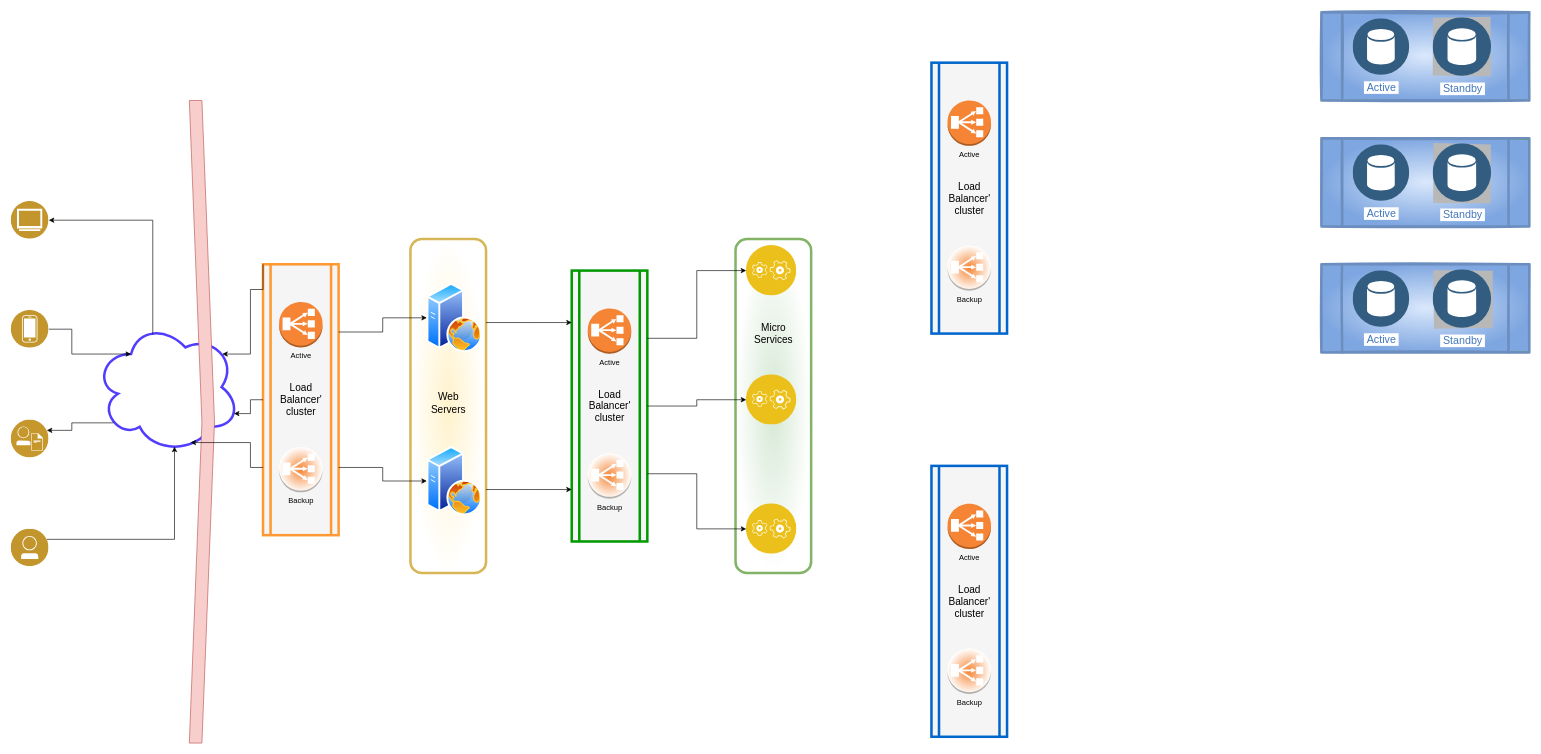
TheBigBadWolfClub/system-design keeps this draw.io diagram as page "fullstack" (1 of 2) of practice-microsrv-1.drawio. Above is the earlier version. Source tidied: cells renumbered, new cells numbered last; positions are measured from the earlier drawing's top-left corner, leaving out a move shared by most shapes. Both pictures are drawn from the tidied source at 63%, with x=0, y=0 at pixel (11, 12).
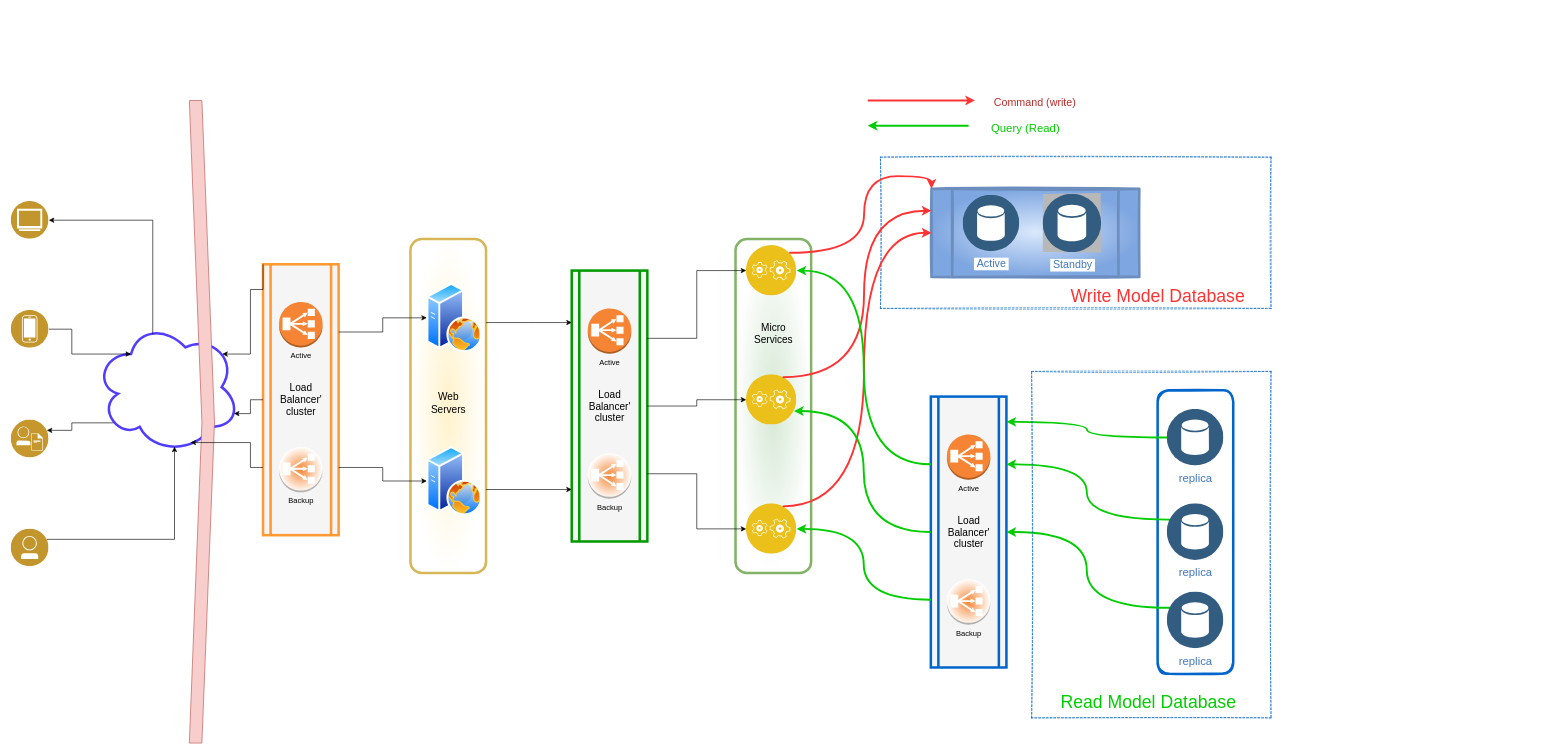
The same diagram, later.

Unchanged cells that the change refers to:
```xml
<mxCell id="19" style="perimeter=ellipsePerimeter;html=1;align=center;shadow=0;dashed=0;fontColor=#4277BB;labelBackgroundColor=#ffffff;fontSize=12;spacingTop=3;image;image=img/lib/ibm/applications/application_logic.svg;strokeColor=#513DFF;strokeWidth=4;fillColor=none;gradientColor=#ffffff;gradientDirection=radial;" parent="17" vertex="1">
  <mxGeometry x="17" y="10" width="80" height="80" as="geometry" />
</mxCell>
<mxCell id="20" style="perimeter=ellipsePerimeter;html=1;align=center;shadow=0;dashed=0;fontColor=#4277BB;labelBackgroundColor=#ffffff;fontSize=12;spacingTop=3;image;image=img/lib/ibm/applications/application_logic.svg;strokeColor=#513DFF;strokeWidth=4;fillColor=none;gradientColor=#ffffff;gradientDirection=radial;" parent="17" vertex="1">
  <mxGeometry x="17" y="215" width="80" height="80" as="geometry" />
</mxCell>
<mxCell id="21" style="perimeter=ellipsePerimeter;html=1;align=center;shadow=0;dashed=0;fontColor=#4277BB;labelBackgroundColor=#ffffff;fontSize=12;spacingTop=3;image;image=img/lib/ibm/applications/application_logic.svg;strokeColor=#513DFF;strokeWidth=4;fillColor=none;gradientColor=#ffffff;gradientDirection=radial;" parent="17" vertex="1">
  <mxGeometry x="17" y="420" width="80" height="80" as="geometry" />
</mxCell>
<mxCell id="45" style="shape=process;whiteSpace=wrap;html=1;backgroundOutline=1;fontSize=16;strokeColor=#0066CC;strokeWidth=4;fillColor=#f5f5f5;gradientDirection=radial;fontColor=#333333;" parent="44" vertex="1">
  <mxGeometry width="120" height="430" as="geometry" />
</mxCell>
```

The edit, as a diff of the source:
```diff
@@
+    <mxCell id="69" style="rounded=0;whiteSpace=wrap;html=1;sketch=1;fillStyle=solid;fontSize=18;fontColor=#00CC00;strokeColor=#0066CC;strokeWidth=1;fillColor=none;gradientColor=none;gradientDirection=radial;dashed=1;" parent="1" vertex="1">
+      <mxGeometry x="1380" y="230" width="620" height="240" as="geometry" />
+    </mxCell>
@@
+    <mxCell id="64" style="group;" parent="1" vertex="1">
+      <mxGeometry x="1461" y="280" width="330" height="140" as="geometry" />
+    </mxCell>
+    <mxCell id="65" style="group;fillColor=#60a917;strokeColor=#2D7600;fontColor=#ffffff;gradientColor=none;" parent="64" vertex="1">
+      <mxGeometry width="330" height="140" as="geometry" />
+    </mxCell>
+    <mxCell id="66" style="shape=process;whiteSpace=wrap;html=1;backgroundOutline=1;sketch=1;fillStyle=solid;fontSize=17;strokeWidth=4;gradientDirection=radial;fillColor=#dae8fc;strokeColor=#6c8ebf;gradientColor=#7ea6e0;" parent="64" vertex="1">
+      <mxGeometry width="330" height="140" as="geometry" />
+    </mxCell>
+    <mxCell id="67" value="&lt;font style=&quot;font-size: 17px&quot;&gt;&amp;nbsp;Active&amp;nbsp;&lt;/font&gt;" style="perimeter=ellipsePerimeter;html=1;align=center;shadow=0;dashed=0;fontColor=#4277BB;labelBackgroundColor=#ffffff;fontSize=12;spacingTop=3;image;image=img/lib/ibm/data/data_services.svg;strokeColor=#0066CC;strokeWidth=4;fillColor=default;gradientColor=#ffffff;gradientDirection=radial;flipV=0;" parent="64" vertex="1">
+      <mxGeometry x="50" y="10" width="90" height="90" as="geometry" />
+    </mxCell>
+    <mxCell id="68" value="&lt;font style=&quot;font-size: 17px&quot;&gt;&amp;nbsp;Standby&amp;nbsp;&lt;/font&gt;" style="perimeter=ellipsePerimeter;html=1;align=center;shadow=0;dashed=0;fontColor=#4277BB;labelBackgroundColor=#ffffff;fontSize=12;spacingTop=3;image;image=img/lib/ibm/data/data_services.svg;strokeColor=#0066CC;strokeWidth=4;fillColor=default;gradientColor=#ffffff;gradientDirection=radial;flipV=0;imageBackground=#B8B8B8;sketch=1;fillStyle=solid;" parent="64" vertex="1">
+      <mxGeometry x="177" y="8.5" width="93" height="93" as="geometry" />
+    </mxCell>
+    <mxCell id="70" style="edgeStyle=orthogonalEdgeStyle;jettySize=auto;html=1;exitX=1;exitY=0;exitDx=0;exitDy=0;fontSize=17;fontColor=#BB2B2B;strokeWidth=3;strokeColor=#FF3333;curved=1;entryX=0;entryY=0;entryDx=0;entryDy=0;" parent="1" edge="1" source="19" target="66">
+      <mxGeometry relative="1" as="geometry" />
+    </mxCell>
+    <mxCell id="71" style="edgeStyle=orthogonalEdgeStyle;jettySize=auto;html=1;exitX=0.75;exitY=0;exitDx=0;exitDy=0;entryX=0;entryY=0.25;entryDx=0;entryDy=0;fontSize=17;fontColor=#BB2B2B;strokeColor=#FF3333;strokeWidth=3;curved=1;" parent="1" edge="1" source="20" target="66">
+      <mxGeometry relative="1" as="geometry" />
+    </mxCell>
+    <mxCell id="72" style="edgeStyle=orthogonalEdgeStyle;curved=1;jettySize=auto;html=1;exitX=0.75;exitY=0;exitDx=0;exitDy=0;entryX=0;entryY=0.5;entryDx=0;entryDy=0;fontSize=17;fontColor=#BB2B2B;strokeColor=#FF3333;strokeWidth=3;" parent="1" edge="1" source="21" target="66">
+      <mxGeometry relative="1" as="geometry" />
+    </mxCell>
+    <mxCell id="73" style="endArrow=classic;html=1;fontSize=17;fontColor=#BB2B2B;strokeColor=#FF3333;strokeWidth=3;curved=1;" parent="1" edge="1">
+      <mxGeometry relative="1" as="geometry">
+        <mxPoint x="1360" y="140" as="sourcePoint" />
+        <mxPoint x="1530" y="140" as="targetPoint" />
+      </mxGeometry>
+    </mxCell>
+    <mxCell id="74" value="Command (write)" style="text;html=1;align=center;verticalAlign=middle;strokeColor=none;fillColor=none;fontSize=17;fontColor=#BB2B2B;" parent="1" vertex="1">
+      <mxGeometry x="1550" y="130" width="150" height="30" as="geometry" />
+    </mxCell>
+    <mxCell id="75" style="endArrow=classic;html=1;fontSize=18;fontColor=#BB2B2B;strokeColor=#00CC00;strokeWidth=3;curved=1;" parent="1" edge="1">
+      <mxGeometry relative="1" as="geometry">
+        <mxPoint x="1520" y="180" as="sourcePoint" />
+        <mxPoint x="1360" y="180" as="targetPoint" />
+      </mxGeometry>
+    </mxCell>
+    <mxCell id="76" value="&lt;font color=&quot;#00cc00&quot;&gt;Query (Read)&lt;/font&gt;" style="text;html=1;align=center;verticalAlign=middle;strokeColor=none;fillColor=none;fontSize=18;fontColor=#BB2B2B;" parent="1" vertex="1">
+      <mxGeometry x="1550" y="170" width="120" height="30" as="geometry" />
+    </mxCell>
+    <mxCell id="77" style="group;" parent="1" vertex="1">
+      <mxGeometry x="1460" y="600" width="480" height="450" as="geometry" />
+    </mxCell>
+    <mxCell id="78" style="rounded=1;whiteSpace=wrap;html=1;sketch=1;fillStyle=solid;fontSize=18;fontColor=#BB2B2B;strokeColor=#0066CC;strokeWidth=4;fillColor=default;gradientColor=none;gradientDirection=radial;" parent="77" vertex="1">
+      <mxGeometry x="360" width="120" height="450" as="geometry" />
+    </mxCell>
-    <mxCell id="44" style="group;" parent="1" vertex="1">
-      <mxGeometry x="1461" y="720" width="120" height="430" as="geometry" />
+    <mxCell id="44" style="group;" parent="77" vertex="1">
+      <mxGeometry y="10" width="120" height="430" as="geometry" />
     </mxCell>
@@
-    <mxCell id="49" style="group;" parent="1" vertex="1">
-      <mxGeometry x="1461" y="80" width="120" height="430" as="geometry" />
-    </mxCell>
-    <mxCell id="50" style="shape=process;whiteSpace=wrap;html=1;backgroundOutline=1;fontSize=16;strokeColor=#0066CC;strokeWidth=4;fillColor=#f5f5f5;gradientDirection=radial;fontColor=#333333;" parent="49" vertex="1">
-      <mxGeometry width="120" height="430" as="geometry" />
-    </mxCell>
-    <mxCell id="51" value="Active" style="dashed=0;verticalLabelPosition=bottom;verticalAlign=top;align=center;html=1;shape=mxgraph.aws3.classic_load_balancer;fillColor=#F58534;gradientColor=none;strokeColor=#513DFF;strokeWidth=4;" parent="49" vertex="1">
-      <mxGeometry x="25.5" y="60" width="69" height="72" as="geometry" />
-    </mxCell>
-    <mxCell id="52" value="Backup" style="dashed=0;verticalLabelPosition=bottom;verticalAlign=top;align=center;html=1;shape=mxgraph.aws3.classic_load_balancer;fillColor=#F58534;gradientColor=#ffffff;strokeColor=#513DFF;strokeWidth=4;gradientDirection=radial;" parent="49" vertex="1">
-      <mxGeometry x="25.5" y="290" width="69" height="72" as="geometry" />
-    </mxCell>
-    <mxCell id="53" value="&lt;font style=&quot;font-size: 16px&quot;&gt;Load &lt;br&gt;Balancer'&lt;br&gt;cluster&lt;/font&gt;" style="text;html=1;align=center;verticalAlign=middle;strokeColor=none;fillColor=none;" parent="49" vertex="1">
-      <mxGeometry x="20" y="190" width="80" height="50" as="geometry" />
-    </mxCell>
-    <mxCell id="54" style="group;" parent="1" vertex="1">
-      <mxGeometry x="2080" y="200" width="330" height="140" as="geometry" />
-    </mxCell>
-    <mxCell id="55" style="group;fillColor=#60a917;strokeColor=#2D7600;fontColor=#ffffff;gradientColor=none;" parent="54" vertex="1">
-      <mxGeometry width="330" height="140" as="geometry" />
-    </mxCell>
-    <mxCell id="56" style="shape=process;whiteSpace=wrap;html=1;backgroundOutline=1;sketch=1;fillStyle=solid;fontSize=17;strokeWidth=4;gradientDirection=radial;fillColor=#dae8fc;strokeColor=#6c8ebf;gradientColor=#7ea6e0;" parent="54" vertex="1">
-      <mxGeometry width="330" height="140" as="geometry" />
-    </mxCell>
-    <mxCell id="57" value="&lt;font style=&quot;font-size: 17px&quot;&gt;&amp;nbsp;Active&amp;nbsp;&lt;/font&gt;" style="perimeter=ellipsePerimeter;html=1;align=center;shadow=0;dashed=0;fontColor=#4277BB;labelBackgroundColor=#ffffff;fontSize=12;spacingTop=3;image;image=img/lib/ibm/data/data_services.svg;strokeColor=#0066CC;strokeWidth=4;fillColor=default;gradientColor=#ffffff;gradientDirection=radial;flipV=0;" parent="54" vertex="1">
-      <mxGeometry x="50" y="10" width="90" height="90" as="geometry" />
-    </mxCell>
-    <mxCell id="58" value="&lt;font style=&quot;font-size: 17px&quot;&gt;&amp;nbsp;Standby&amp;nbsp;&lt;/font&gt;" style="perimeter=ellipsePerimeter;html=1;align=center;shadow=0;dashed=0;fontColor=#4277BB;labelBackgroundColor=#ffffff;fontSize=12;spacingTop=3;image;image=img/lib/ibm/data/data_services.svg;strokeColor=#0066CC;strokeWidth=4;fillColor=default;gradientColor=#ffffff;gradientDirection=radial;flipV=0;imageBackground=#B8B8B8;sketch=1;fillStyle=solid;" parent="54" vertex="1">
-      <mxGeometry x="177" y="8.5" width="93" height="93" as="geometry" />
-    </mxCell>
-    <mxCell id="59" style="group;" parent="1" vertex="1">
-      <mxGeometry x="2080" y="400" width="330" height="140" as="geometry" />
-    </mxCell>
-    <mxCell id="60" style="group;fillColor=#60a917;strokeColor=#2D7600;fontColor=#ffffff;gradientColor=none;" parent="59" vertex="1">
-      <mxGeometry width="330" height="140" as="geometry" />
-    </mxCell>
-    <mxCell id="61" style="shape=process;whiteSpace=wrap;html=1;backgroundOutline=1;sketch=1;fillStyle=solid;fontSize=17;strokeWidth=4;gradientDirection=radial;fillColor=#dae8fc;strokeColor=#6c8ebf;gradientColor=#7ea6e0;" parent="59" vertex="1">
-      <mxGeometry width="330" height="140" as="geometry" />
-    </mxCell>
-    <mxCell id="62" value="&lt;font style=&quot;font-size: 17px&quot;&gt;&amp;nbsp;Active&amp;nbsp;&lt;/font&gt;" style="perimeter=ellipsePerimeter;html=1;align=center;shadow=0;dashed=0;fontColor=#4277BB;labelBackgroundColor=#ffffff;fontSize=12;spacingTop=3;image;image=img/lib/ibm/data/data_services.svg;strokeColor=#0066CC;strokeWidth=4;fillColor=default;gradientColor=#ffffff;gradientDirection=radial;flipV=0;" parent="59" vertex="1">
-      <mxGeometry x="50" y="10" width="90" height="90" as="geometry" />
-    </mxCell>
-    <mxCell id="63" value="&lt;font style=&quot;font-size: 17px&quot;&gt;&amp;nbsp;Standby&amp;nbsp;&lt;/font&gt;" style="perimeter=ellipsePerimeter;html=1;align=center;shadow=0;dashed=0;fontColor=#4277BB;labelBackgroundColor=#ffffff;fontSize=12;spacingTop=3;image;image=img/lib/ibm/data/data_services.svg;strokeColor=#0066CC;strokeWidth=4;fillColor=default;gradientColor=#ffffff;gradientDirection=radial;flipV=0;imageBackground=#B8B8B8;sketch=1;fillStyle=solid;" parent="59" vertex="1">
-      <mxGeometry x="177" y="8.5" width="93" height="93" as="geometry" />
-    </mxCell>
-    <mxCell id="64" style="group;" parent="1" vertex="1">
-      <mxGeometry x="2080" width="330" height="140" as="geometry" />
-    </mxCell>
-    <mxCell id="65" style="group;fillColor=#60a917;strokeColor=#2D7600;fontColor=#ffffff;gradientColor=none;" parent="64" vertex="1">
-      <mxGeometry width="330" height="140" as="geometry" />
-    </mxCell>
-    <mxCell id="66" style="shape=process;whiteSpace=wrap;html=1;backgroundOutline=1;sketch=1;fillStyle=solid;fontSize=17;strokeWidth=4;gradientDirection=radial;fillColor=#dae8fc;strokeColor=#6c8ebf;gradientColor=#7ea6e0;" parent="64" vertex="1">
-      <mxGeometry width="330" height="140" as="geometry" />
-    </mxCell>
-    <mxCell id="67" value="&lt;font style=&quot;font-size: 17px&quot;&gt;&amp;nbsp;Active&amp;nbsp;&lt;/font&gt;" style="perimeter=ellipsePerimeter;html=1;align=center;shadow=0;dashed=0;fontColor=#4277BB;labelBackgroundColor=#ffffff;fontSize=12;spacingTop=3;image;image=img/lib/ibm/data/data_services.svg;strokeColor=#0066CC;strokeWidth=4;fillColor=default;gradientColor=#ffffff;gradientDirection=radial;flipV=0;" parent="64" vertex="1">
-      <mxGeometry x="50" y="10" width="90" height="90" as="geometry" />
-    </mxCell>
-    <mxCell id="68" value="&lt;font style=&quot;font-size: 17px&quot;&gt;&amp;nbsp;Standby&amp;nbsp;&lt;/font&gt;" style="perimeter=ellipsePerimeter;html=1;align=center;shadow=0;dashed=0;fontColor=#4277BB;labelBackgroundColor=#ffffff;fontSize=12;spacingTop=3;image;image=img/lib/ibm/data/data_services.svg;strokeColor=#0066CC;strokeWidth=4;fillColor=default;gradientColor=#ffffff;gradientDirection=radial;flipV=0;imageBackground=#B8B8B8;sketch=1;fillStyle=solid;" parent="64" vertex="1">
-      <mxGeometry x="177" y="8.5" width="93" height="93" as="geometry" />
-    </mxCell>
+    <mxCell id="79" style="edgeStyle=orthogonalEdgeStyle;curved=1;jettySize=auto;html=1;exitX=0;exitY=0.5;exitDx=0;exitDy=0;fontSize=18;fontColor=#BB2B2B;strokeColor=#00CC00;strokeWidth=3;" parent="77" edge="1" source="80">
+      <mxGeometry relative="1" as="geometry">
+        <mxPoint x="120" y="50" as="targetPoint" />
+      </mxGeometry>
+    </mxCell>
+    <mxCell id="80" value="&lt;font style=&quot;font-size: 18px&quot;&gt;&amp;nbsp;replica&amp;nbsp;&lt;/font&gt;" style="perimeter=ellipsePerimeter;html=1;align=center;shadow=0;dashed=0;fontColor=#4277BB;labelBackgroundColor=#ffffff;fontSize=12;spacingTop=3;image;image=img/lib/ibm/data/data_services.svg;sketch=1;fillStyle=solid;strokeColor=#0066CC;strokeWidth=4;fillColor=default;gradientColor=none;gradientDirection=radial;" parent="77" vertex="1">
+      <mxGeometry x="375" y="30" width="90" height="90" as="geometry" />
+    </mxCell>
+    <mxCell id="81" style="edgeStyle=orthogonalEdgeStyle;curved=1;jettySize=auto;html=1;exitX=0;exitY=0.25;exitDx=0;exitDy=0;entryX=1;entryY=0.5;entryDx=0;entryDy=0;fontSize=18;fontColor=#BB2B2B;strokeColor=#00CC00;strokeWidth=3;" parent="77" edge="1" source="82" target="45">
+      <mxGeometry relative="1" as="geometry" />
+    </mxCell>
+    <mxCell id="82" value="&lt;span style=&quot;color: rgb(66, 119, 187); font-family: helvetica; font-size: 18px; font-style: normal; font-weight: 400; letter-spacing: normal; text-align: center; text-indent: 0px; text-transform: none; word-spacing: 0px; background-color: rgb(255, 255, 255); display: inline; float: none;&quot;&gt;&amp;nbsp;replica&amp;nbsp;&lt;/span&gt;" style="perimeter=ellipsePerimeter;html=1;align=center;shadow=0;dashed=0;fontColor=#4277BB;labelBackgroundColor=#ffffff;fontSize=12;spacingTop=3;image;image=img/lib/ibm/data/data_services.svg;sketch=1;fillStyle=solid;strokeColor=#0066CC;strokeWidth=4;fillColor=default;gradientColor=none;gradientDirection=radial;" parent="77" vertex="1">
+      <mxGeometry x="375" y="320" width="90" height="90" as="geometry" />
+    </mxCell>
+    <mxCell id="83" style="edgeStyle=orthogonalEdgeStyle;curved=1;jettySize=auto;html=1;exitX=0;exitY=0.25;exitDx=0;exitDy=0;entryX=1;entryY=0.25;entryDx=0;entryDy=0;fontSize=18;fontColor=#BB2B2B;strokeColor=#00CC00;strokeWidth=3;" parent="77" edge="1" source="84" target="45">
+      <mxGeometry relative="1" as="geometry" />
+    </mxCell>
+    <mxCell id="84" value="&lt;span style=&quot;font-size: 18px&quot;&gt;&amp;nbsp;replica&amp;nbsp;&lt;/span&gt;" style="perimeter=ellipsePerimeter;html=1;align=center;shadow=0;dashed=0;fontColor=#4277BB;labelBackgroundColor=#ffffff;fontSize=12;spacingTop=3;image;image=img/lib/ibm/data/data_services.svg;sketch=1;fillStyle=solid;strokeColor=#0066CC;strokeWidth=4;fillColor=default;gradientColor=none;gradientDirection=radial;" parent="77" vertex="1">
+      <mxGeometry x="375" y="180" width="90" height="90" as="geometry" />
+    </mxCell>
+    <mxCell id="85" style="edgeStyle=orthogonalEdgeStyle;curved=1;jettySize=auto;html=1;exitX=0;exitY=0.25;exitDx=0;exitDy=0;entryX=1;entryY=0.5;entryDx=0;entryDy=0;fontSize=18;fontColor=#00CC00;strokeColor=#00CC00;strokeWidth=3;" parent="1" edge="1" source="45" target="19">
+      <mxGeometry relative="1" as="geometry" />
+    </mxCell>
+    <mxCell id="86" style="edgeStyle=orthogonalEdgeStyle;curved=1;jettySize=auto;html=1;exitX=0;exitY=0.5;exitDx=0;exitDy=0;entryX=1;entryY=0.75;entryDx=0;entryDy=0;fontSize=18;fontColor=#00CC00;strokeColor=#00CC00;strokeWidth=3;" parent="1" edge="1" source="45" target="20">
+      <mxGeometry relative="1" as="geometry" />
+    </mxCell>
+    <mxCell id="87" style="edgeStyle=orthogonalEdgeStyle;curved=1;jettySize=auto;html=1;exitX=0;exitY=0.75;exitDx=0;exitDy=0;fontSize=18;fontColor=#00CC00;strokeColor=#00CC00;strokeWidth=3;" parent="1" edge="1" source="45" target="21">
+      <mxGeometry relative="1" as="geometry" />
+    </mxCell>
+    <mxCell id="88" value="&lt;font color=&quot;#ff3333&quot; style=&quot;font-size: 28px&quot;&gt;Write Model Database&lt;/font&gt;" style="text;html=1;align=center;verticalAlign=middle;strokeColor=none;fillColor=none;fontSize=18;fontColor=#00CC00;" parent="1" vertex="1">
+      <mxGeometry x="1675" y="435" width="290" height="30" as="geometry" />
+    </mxCell>
+    <mxCell id="89" style="rounded=0;whiteSpace=wrap;html=1;sketch=1;fillStyle=solid;fontSize=18;fontColor=#00CC00;strokeColor=#0066CC;strokeWidth=1;fillColor=none;gradientColor=none;gradientDirection=radial;dashed=1;" parent="1" vertex="1">
+      <mxGeometry x="1620" y="570" width="380" height="550" as="geometry" />
+    </mxCell>
+    <mxCell id="90" value="&lt;font style=&quot;font-size: 28px&quot;&gt;Read Model Database&lt;/font&gt;" style="text;html=1;align=center;verticalAlign=middle;strokeColor=none;fillColor=none;fontSize=18;fontColor=#00CC00;" parent="1" vertex="1">
+      <mxGeometry x="1660" y="1080" width="290" height="30" as="geometry" />
+    </mxCell>
```
